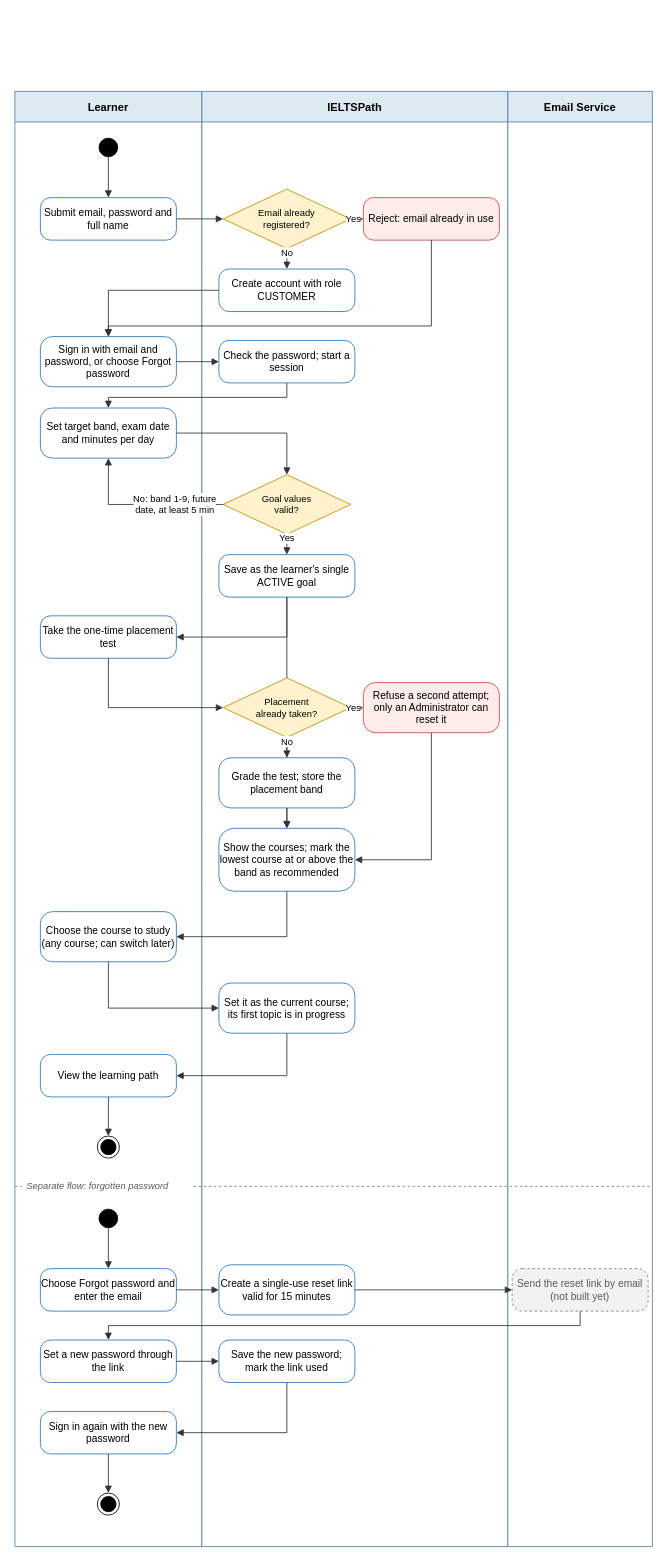
Above: page "SC-01 Activity" (1 of 8) of capstone-docs/rp_3.0_system-requirements-system/diagram_script/part2-diagrams/IELTSPath_Scenarios.drawio in IeltsPath-Platform/backend (draw.io), before the change. Source tidied: cells renumbered, new cells numbered last; positions are measured from the earlier drawing's top-left corner, leaving out a move shared by most shapes. Both pictures are drawn from the tidied source at 85%, with x=0, y=0 at pixel (14, 91).
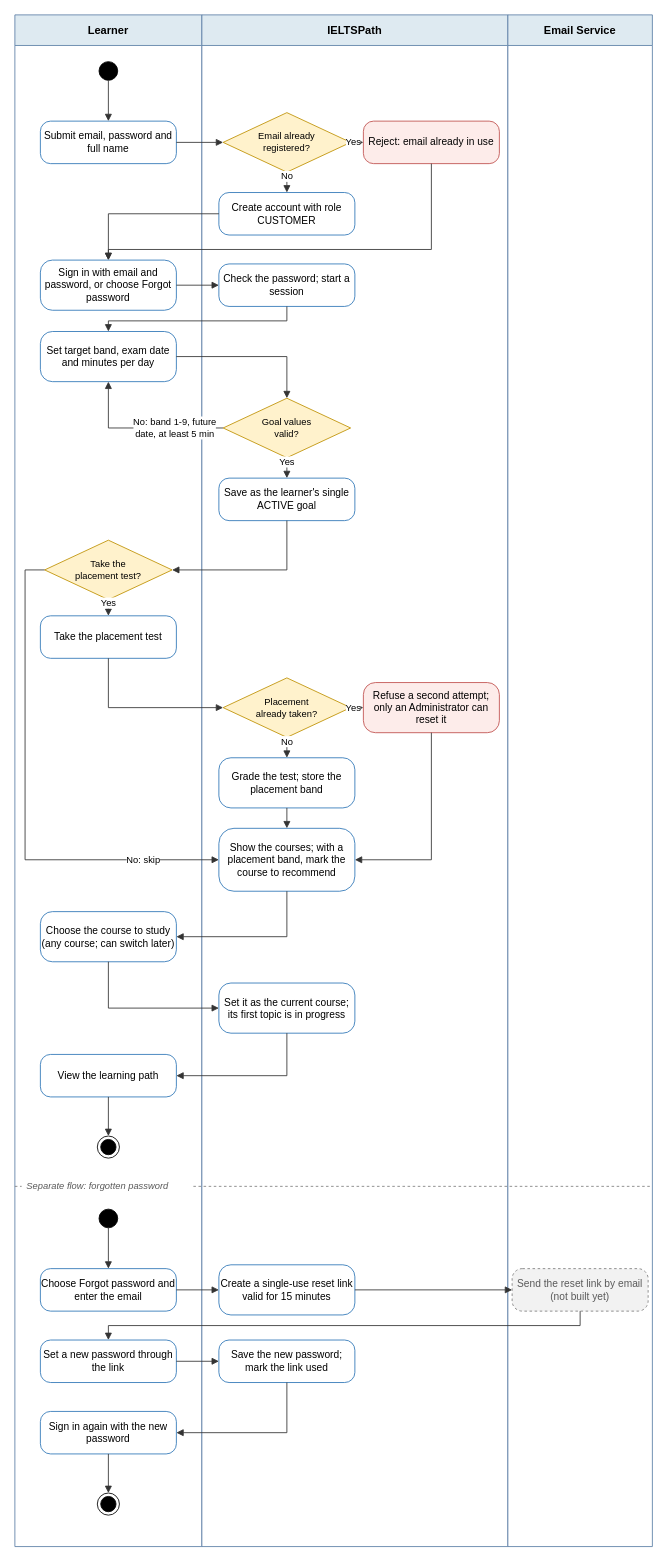
The same diagram, later.

Commit message (it also covers changes not shown here):
docs(srs): optional placement test and the built placement flow (v0.9.22)

The edit, as a diff of the source:
```diff
@@
     <mxCell id="2" value="Learner" style="swimlane;startSize=36;html=1;whiteSpace=wrap;fillColor=#DEEAF1;strokeColor=#5B7FA6;fontStyle=1;fontSize=13;swimlaneFillColor=#FFFFFF;" parent="1" vertex="1">
-      <mxGeometry width="220" height="1712" as="geometry" />
+      <mxGeometry y="-90" width="220" height="1802" as="geometry" />
     </mxCell>
     <mxCell id="3" value="IELTSPath" style="swimlane;startSize=36;html=1;whiteSpace=wrap;fillColor=#DEEAF1;strokeColor=#5B7FA6;fontStyle=1;fontSize=13;swimlaneFillColor=#FFFFFF;" parent="1" vertex="1">
-      <mxGeometry x="220" width="360" height="1712" as="geometry" />
+      <mxGeometry x="220" y="-90" width="360" height="1802" as="geometry" />
     </mxCell>
     <mxCell id="4" value="Email Service" style="swimlane;startSize=36;html=1;whiteSpace=wrap;fillColor=#DEEAF1;strokeColor=#5B7FA6;fontStyle=1;fontSize=13;swimlaneFillColor=#FFFFFF;" parent="1" vertex="1">
-      <mxGeometry x="580" width="170" height="1712" as="geometry" />
+      <mxGeometry x="580" y="-90" width="170" height="1802" as="geometry" />
     </mxCell>
@@
     <mxCell id="7" style="ellipse;html=1;fillColor=#000000;strokeColor=#000000;" parent="1" vertex="1">
-      <mxGeometry x="99" y="55" width="22" height="22" as="geometry" />
+      <mxGeometry x="99" y="-35" width="22" height="22" as="geometry" />
     </mxCell>
     <mxCell id="8" value="Submit email, password and full name" style="rounded=1;arcSize=24;whiteSpace=wrap;html=1;fillColor=#FFFFFF;strokeColor=#2E75B6;fontSize=12;" parent="1" vertex="1">
-      <mxGeometry x="30" y="125" width="160" height="50" as="geometry" />
+      <mxGeometry x="30" y="35" width="160" height="50" as="geometry" />
     </mxCell>
     <mxCell id="9" value="Email already&lt;br&gt;registered?" style="rhombus;whiteSpace=wrap;html=1;fillColor=#FFF2CC;strokeColor=#BF9000;fontSize=11;" parent="1" vertex="1">
-      <mxGeometry x="245" y="115" width="150" height="70" as="geometry" />
+      <mxGeometry x="245" y="25" width="150" height="70" as="geometry" />
     </mxCell>
     <mxCell id="10" value="Reject: email already in use" style="rounded=1;arcSize=24;whiteSpace=wrap;html=1;fillColor=#FDECEA;strokeColor=#C0504D;fontSize=12;" parent="1" vertex="1">
-      <mxGeometry x="410" y="125" width="160" height="50" as="geometry" />
+      <mxGeometry x="410" y="35" width="160" height="50" as="geometry" />
     </mxCell>
     <mxCell id="11" value="Create account with role CUSTOMER" style="rounded=1;arcSize=24;whiteSpace=wrap;html=1;fillColor=#FFFFFF;strokeColor=#2E75B6;fontSize=12;" parent="1" vertex="1">
-      <mxGeometry x="240" y="209" width="160" height="50" as="geometry" />
+      <mxGeometry x="240" y="119" width="160" height="50" as="geometry" />
     </mxCell>
     <mxCell id="12" value="Sign in with email and password, or choose Forgot password" style="rounded=1;arcSize=24;whiteSpace=wrap;html=1;fillColor=#FFFFFF;strokeColor=#2E75B6;fontSize=12;" parent="1" vertex="1">
-      <mxGeometry x="30" y="288.5" width="160" height="59" as="geometry" />
+      <mxGeometry x="30" y="198.5" width="160" height="59" as="geometry" />
     </mxCell>
     <mxCell id="13" value="Check the password; start a session" style="rounded=1;arcSize=24;whiteSpace=wrap;html=1;fillColor=#FFFFFF;strokeColor=#2E75B6;fontSize=12;" parent="1" vertex="1">
-      <mxGeometry x="240" y="293" width="160" height="50" as="geometry" />
+      <mxGeometry x="240" y="203" width="160" height="50" as="geometry" />
     </mxCell>
     <mxCell id="14" value="Set target band, exam date and minutes per day" style="rounded=1;arcSize=24;whiteSpace=wrap;html=1;fillColor=#FFFFFF;strokeColor=#2E75B6;fontSize=12;" parent="1" vertex="1">
-      <mxGeometry x="30" y="372.5" width="160" height="59" as="geometry" />
+      <mxGeometry x="30" y="282.5" width="160" height="59" as="geometry" />
     </mxCell>
     <mxCell id="15" value="Goal values&lt;br&gt;valid?" style="rhombus;whiteSpace=wrap;html=1;fillColor=#FFF2CC;strokeColor=#BF9000;fontSize=11;" parent="1" vertex="1">
-      <mxGeometry x="245" y="451" width="150" height="70" as="geometry" />
+      <mxGeometry x="245" y="361" width="150" height="70" as="geometry" />
     </mxCell>
     <mxCell id="16" value="Save as the learner's single ACTIVE goal" style="rounded=1;arcSize=24;whiteSpace=wrap;html=1;fillColor=#FFFFFF;strokeColor=#2E75B6;fontSize=12;" parent="1" vertex="1">
-      <mxGeometry x="240" y="545" width="160" height="50" as="geometry" />
+      <mxGeometry x="240" y="455" width="160" height="50" as="geometry" />
     </mxCell>
-    <mxCell id="17" value="Show the courses; mark the lowest course at or above the band as recommended" style="rounded=1;arcSize=24;whiteSpace=wrap;html=1;fillColor=#FFFFFF;strokeColor=#2E75B6;fontSize=12;" parent="1" vertex="1">
+    <mxCell id="17" value="Show the courses; with a placement band, mark the course to recommend" style="rounded=1;arcSize=24;whiteSpace=wrap;html=1;fillColor=#FFFFFF;strokeColor=#2E75B6;fontSize=12;" parent="1" vertex="1">
       <mxGeometry x="240" y="867" width="160" height="74" as="geometry" />
     </mxCell>
@@
     <mxCell id="32" style="edgeStyle=none;rounded=0;html=1;endArrow=block;endFill=1;strokeColor=#333333;fontSize=11;labelBackgroundColor=#FFFFFF;exitX=0.000;exitY=0.500;exitDx=0;exitDy=0;entryX=0.500;entryY=0.000;entryDx=0;entryDy=0;" parent="1" edge="1" source="11" target="12">
       <mxGeometry relative="1" as="geometry">
         <Array as="points">
-          <mxPoint x="110" y="234" />
+          <mxPoint x="110" y="144" />
         </Array>
       </mxGeometry>
     </mxCell>
     <mxCell id="33" style="edgeStyle=none;rounded=0;html=1;endArrow=block;endFill=1;strokeColor=#333333;fontSize=11;labelBackgroundColor=#FFFFFF;exitX=0.500;exitY=1.000;exitDx=0;exitDy=0;entryX=0.500;entryY=0.000;entryDx=0;entryDy=0;" parent="1" edge="1" source="10" target="12">
       <mxGeometry relative="1" as="geometry">
         <Array as="points">
-          <mxPoint x="490" y="276" />
-          <mxPoint x="110" y="276" />
+          <mxPoint x="490" y="186" />
+          <mxPoint x="110" y="186" />
         </Array>
       </mxGeometry>
     </mxCell>
@@
     <mxCell id="35" style="edgeStyle=none;rounded=0;html=1;endArrow=block;endFill=1;strokeColor=#333333;fontSize=11;labelBackgroundColor=#FFFFFF;exitX=0.500;exitY=1.000;exitDx=0;exitDy=0;entryX=0.500;entryY=0.000;entryDx=0;entryDy=0;" parent="1" edge="1" source="13" target="14">
       <mxGeometry relative="1" as="geometry">
         <Array as="points">
-          <mxPoint x="320" y="360" />
-          <mxPoint x="110" y="360" />
+          <mxPoint x="320" y="270" />
+          <mxPoint x="110" y="270" />
         </Array>
       </mxGeometry>
     </mxCell>
     <mxCell id="36" style="edgeStyle=none;rounded=0;html=1;endArrow=block;endFill=1;strokeColor=#333333;fontSize=11;labelBackgroundColor=#FFFFFF;exitX=1.000;exitY=0.500;exitDx=0;exitDy=0;entryX=0.500;entryY=0.000;entryDx=0;entryDy=0;" parent="1" edge="1" source="14" target="15">
       <mxGeometry relative="1" as="geometry">
         <Array as="points">
-          <mxPoint x="320" y="402" />
+          <mxPoint x="320" y="312" />
         </Array>
       </mxGeometry>
     </mxCell>
     <mxCell id="37" value="No: band 1-9, future&lt;br&gt;date, at least 5 min" style="edgeStyle=none;rounded=0;html=1;endArrow=block;endFill=1;strokeColor=#333333;fontSize=11;labelBackgroundColor=#FFFFFF;exitX=0.000;exitY=0.500;exitDx=0;exitDy=0;entryX=0.500;entryY=1.000;entryDx=0;entryDy=0;" parent="1" edge="1" source="15" target="14">
       <mxGeometry x="-0.4" relative="1" as="geometry">
         <Array as="points">
-          <mxPoint x="110" y="486" />
+          <mxPoint x="110" y="396" />
         </Array>
       </mxGeometry>
     </mxCell>
@@
-    <mxCell id="39" style="edgeStyle=none;rounded=0;html=1;endArrow=block;endFill=1;strokeColor=#333333;fontSize=11;labelBackgroundColor=#FFFFFF;exitX=0.500;exitY=1.000;exitDx=0;exitDy=0;entryX=0.500;entryY=0.000;entryDx=0;entryDy=0;" parent="1" edge="1" source="16" target="17">
-      <mxGeometry relative="1" as="geometry" />
-    </mxCell>
@@
-    <mxCell id="47" value="Take the one-time placement test" style="rounded=1;arcSize=24;whiteSpace=wrap;html=1;fillColor=#FFFFFF;strokeColor=#2E75B6;fontSize=12;" parent="1" vertex="1">
+    <mxCell id="47" value="Take the placement test" style="rounded=1;arcSize=24;whiteSpace=wrap;html=1;fillColor=#FFFFFF;strokeColor=#2E75B6;fontSize=12;" parent="1" vertex="1">
       <mxGeometry x="30" y="617" width="160" height="50" as="geometry" />
     </mxCell>
@@
-    <mxCell id="53" style="edgeStyle=none;rounded=0;html=1;endArrow=block;endFill=1;strokeColor=#333333;fontSize=11;labelBackgroundColor=#FFFFFF;exitX=0.500;exitY=1.000;exitDx=0;exitDy=0;entryX=1.000;entryY=0.500;entryDx=0;entryDy=0;" parent="1" edge="1" source="16" target="47">
-      <mxGeometry relative="1" as="geometry">
-        <Array as="points">
-          <mxPoint x="320" y="642" />
-        </Array>
-      </mxGeometry>
-    </mxCell>
@@
+    <mxCell id="63" value="Take the&lt;br&gt;placement test?" style="rhombus;whiteSpace=wrap;html=1;fillColor=#FFF2CC;strokeColor=#BF9000;fontSize=11;" parent="1" vertex="1">
+      <mxGeometry x="35" y="528" width="150" height="70" as="geometry" />
+    </mxCell>
+    <mxCell id="64" style="edgeStyle=none;rounded=0;html=1;endArrow=block;endFill=1;strokeColor=#333333;fontSize=11;labelBackgroundColor=#FFFFFF;exitX=0.500;exitY=1.000;exitDx=0;exitDy=0;entryX=1.000;entryY=0.500;entryDx=0;entryDy=0;" parent="1" edge="1" source="16" target="63">
+      <mxGeometry relative="1" as="geometry">
+        <Array as="points">
+          <mxPoint x="320" y="563" />
+        </Array>
+      </mxGeometry>
+    </mxCell>
+    <mxCell id="65" value="Yes" style="edgeStyle=none;rounded=0;html=1;endArrow=block;endFill=1;strokeColor=#333333;fontSize=11;labelBackgroundColor=#FFFFFF;exitX=0.500;exitY=1.000;exitDx=0;exitDy=0;entryX=0.500;entryY=0.000;entryDx=0;entryDy=0;" parent="1" edge="1" source="63" target="47">
+      <mxGeometry x="-0.56" relative="1" as="geometry" />
+    </mxCell>
+    <mxCell id="66" value="No: skip" style="edgeStyle=none;rounded=0;html=1;endArrow=block;endFill=1;strokeColor=#333333;fontSize=11;labelBackgroundColor=#FFFFFF;exitX=0.000;exitY=0.500;exitDx=0;exitDy=0;entryX=0.000;entryY=0.500;entryDx=0;entryDy=0;" parent="1" edge="1" source="63" target="17">
+      <mxGeometry x="0.7" relative="1" as="geometry">
+        <Array as="points">
+          <mxPoint x="12" y="563" />
+          <mxPoint x="12" y="904" />
+        </Array>
+      </mxGeometry>
+    </mxCell>
```
